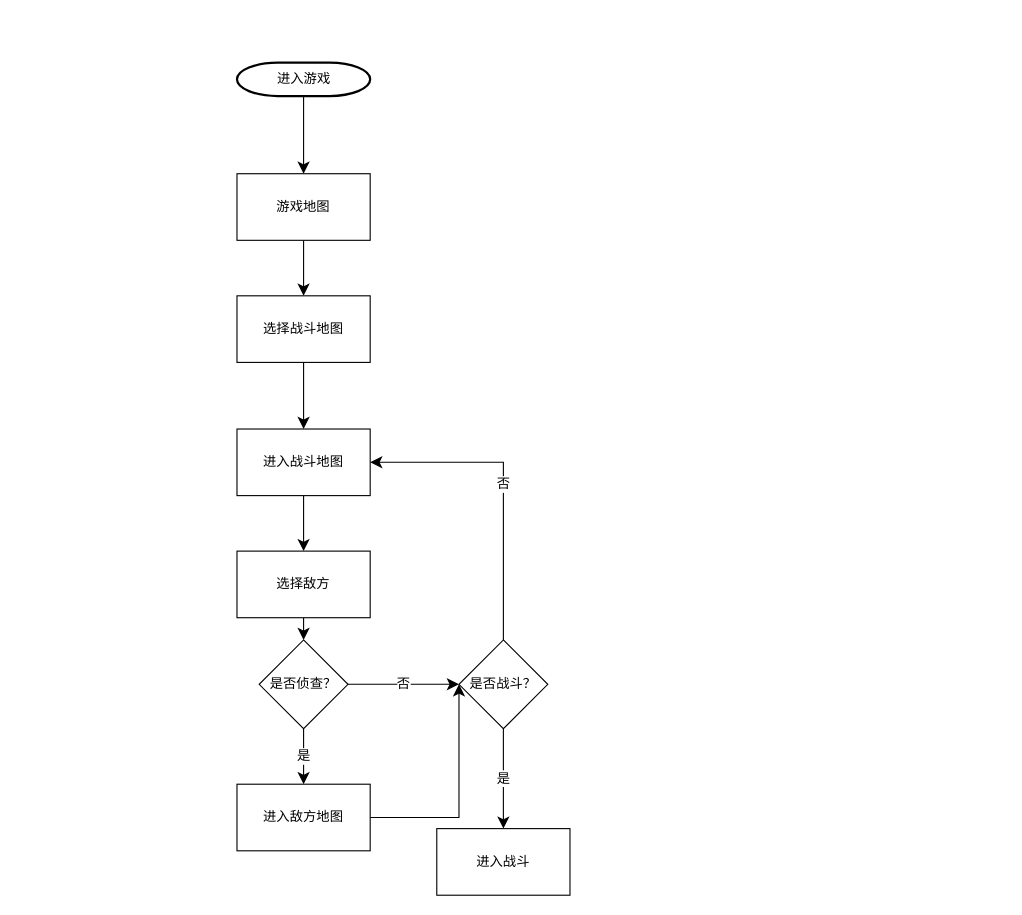
This is 流程图.drawio from MY-EDOG/MyRepository, a draw.io file, before an edit. Source tidied: cells renumbered, new cells numbered last; positions are measured from the earlier drawing's top-left corner, leaving out a move shared by most shapes. Both pictures are drawn from the tidied source at 111%, with x=0, y=0 at pixel (236, 62).
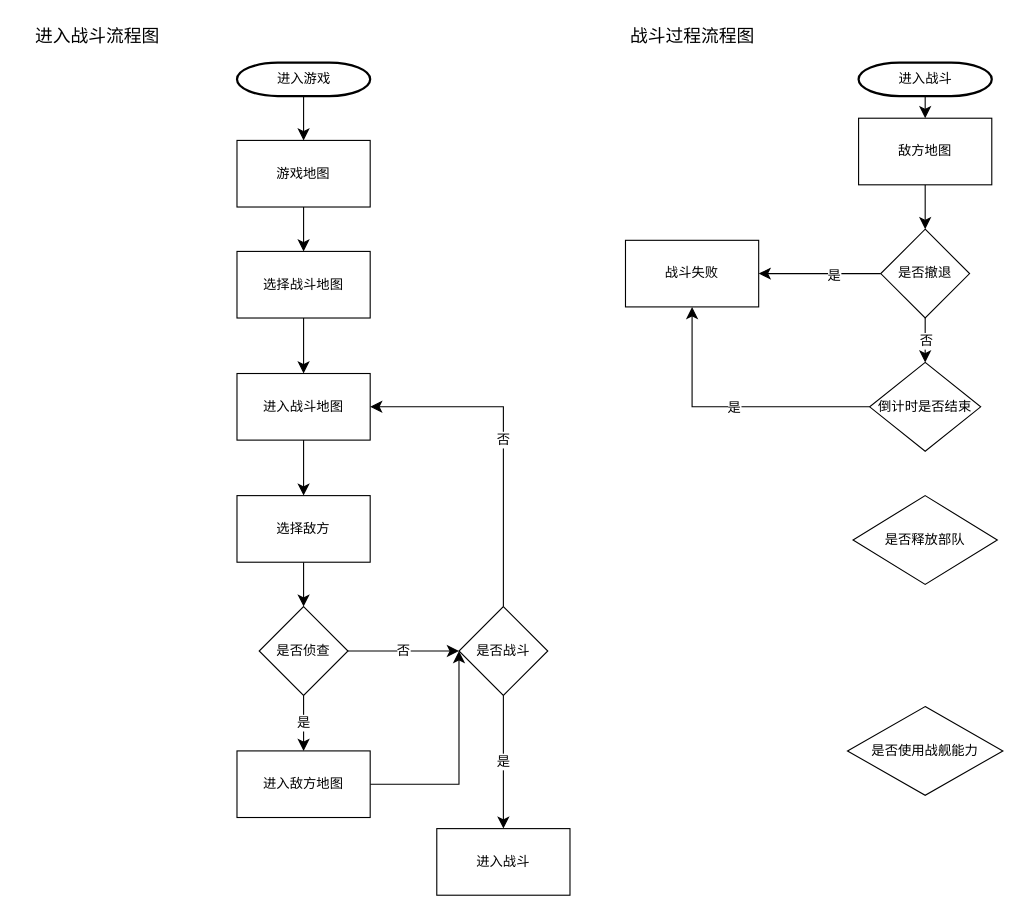
After the change.

Commit message:
更新流程图.drawio

Change to the diagram source:
```diff
@@
     <mxCell id="4" value="游戏地图" style="whiteSpace=wrap;html=1;" parent="1" vertex="1">
-      <mxGeometry y="100" width="120" height="60" as="geometry" />
+      <mxGeometry y="70" width="120" height="60" as="geometry" />
     </mxCell>
@@
     <mxCell id="6" value="选择战斗地图" style="whiteSpace=wrap;html=1;" parent="1" vertex="1">
-      <mxGeometry y="210" width="120" height="60" as="geometry" />
+      <mxGeometry y="170" width="120" height="60" as="geometry" />
     </mxCell>
@@
     <mxCell id="8" value="进入战斗地图" style="whiteSpace=wrap;html=1;" parent="1" vertex="1">
-      <mxGeometry y="330" width="120" height="60" as="geometry" />
+      <mxGeometry y="280" width="120" height="60" as="geometry" />
     </mxCell>
@@
     <mxCell id="11" value="选择敌方" style="whiteSpace=wrap;html=1;" parent="1" vertex="1">
-      <mxGeometry y="440" width="120" height="60" as="geometry" />
+      <mxGeometry y="390" width="120" height="60" as="geometry" />
     </mxCell>
@@
-    <mxCell id="14" value="是否侦查？" style="rhombus;whiteSpace=wrap;html=1;" parent="1" vertex="1">
-      <mxGeometry x="20" y="520" width="80" height="80" as="geometry" />
+    <mxCell id="14" value="是否侦查" style="rhombus;whiteSpace=wrap;html=1;" parent="1" vertex="1">
+      <mxGeometry x="20" y="490" width="80" height="80" as="geometry" />
     </mxCell>
     <mxCell id="15" value="否" style="edgeStyle=orthogonalEdgeStyle;rounded=0;jettySize=auto;html=1;fontSize=12;startSize=8;endSize=8;entryX=1;entryY=0.5;entryDx=0;entryDy=0;exitX=0.5;exitY=0;exitDx=0;exitDy=0;" parent="1" edge="1" source="17" target="8">
       <mxGeometry relative="1" as="geometry">
         <Array as="points">
-          <mxPoint x="240" y="360" />
+          <mxPoint x="240" y="310" />
         </Array>
       </mxGeometry>
     </mxCell>
@@
-    <mxCell id="17" value="是否战斗？" style="rhombus;whiteSpace=wrap;html=1;" parent="1" vertex="1">
-      <mxGeometry x="200" y="520" width="80" height="80" as="geometry" />
+    <mxCell id="17" value="是否战斗" style="rhombus;whiteSpace=wrap;html=1;" parent="1" vertex="1">
+      <mxGeometry x="200" y="490" width="80" height="80" as="geometry" />
     </mxCell>
@@
     <mxCell id="19" style="edgeStyle=orthogonalEdgeStyle;rounded=0;jettySize=auto;html=1;entryX=0;entryY=0.5;entryDx=0;entryDy=0;fontSize=12;startSize=8;endSize=8;exitX=1;exitY=0.5;exitDx=0;exitDy=0;" parent="1" edge="1" source="20" target="17">
       <mxGeometry relative="1" as="geometry">
         <Array as="points">
-          <mxPoint x="200" y="680" />
+          <mxPoint x="200" y="650" />
         </Array>
       </mxGeometry>
     </mxCell>
     <mxCell id="20" value="进入敌方地图" style="whiteSpace=wrap;html=1;" parent="1" vertex="1">
-      <mxGeometry y="650" width="120" height="60" as="geometry" />
+      <mxGeometry y="620" width="120" height="60" as="geometry" />
     </mxCell>
+    <mxCell id="21" value="进入战斗流程图" style="text;html=1;align=center;verticalAlign=middle;strokeColor=none;fillColor=none;fontSize=16;" parent="1" vertex="1">
+      <mxGeometry x="-196" y="-39" width="140" height="30" as="geometry" />
+    </mxCell>
+    <mxCell id="22" value="战斗过程流程图" style="text;html=1;align=center;verticalAlign=middle;strokeColor=none;fillColor=none;fontSize=16;" parent="1" vertex="1">
+      <mxGeometry x="340" y="-39" width="140" height="30" as="geometry" />
+    </mxCell>
+    <mxCell id="23" style="edgeStyle=none;curved=1;rounded=0;jettySize=auto;html=1;entryX=0.5;entryY=0;entryDx=0;entryDy=0;fontSize=12;startSize=8;endSize=8;" parent="1" edge="1" source="24" target="26">
+      <mxGeometry relative="1" as="geometry" />
+    </mxCell>
+    <mxCell id="24" value="进入战斗" style="shape=mxgraph.flowchart.terminator;strokeWidth=2;gradientColor=none;gradientDirection=north;fontStyle=0;html=1;" parent="1" vertex="1">
+      <mxGeometry x="560" width="120" height="30" as="geometry" />
+    </mxCell>
+    <mxCell id="25" style="edgeStyle=none;curved=1;rounded=0;jettySize=auto;html=1;entryX=0.5;entryY=0;entryDx=0;entryDy=0;fontSize=12;startSize=8;endSize=8;" parent="1" edge="1" source="26" target="37">
+      <mxGeometry relative="1" as="geometry" />
+    </mxCell>
+    <mxCell id="26" value="敌方地图" style="whiteSpace=wrap;html=1;" parent="1" vertex="1">
+      <mxGeometry x="560" y="50" width="120" height="60" as="geometry" />
+    </mxCell>
+    <mxCell id="27" value="是否释放部队" style="rhombus;whiteSpace=wrap;html=1;" parent="1" vertex="1">
+      <mxGeometry x="555" y="390" width="130" height="80" as="geometry" />
+    </mxCell>
+    <mxCell id="28" value="是否使用战舰能力" style="rhombus;whiteSpace=wrap;html=1;" parent="1" vertex="1">
+      <mxGeometry x="550" y="580" width="140" height="80" as="geometry" />
+    </mxCell>
+    <mxCell id="29" style="edgeStyle=orthogonalEdgeStyle;rounded=0;jettySize=auto;html=1;entryX=0.5;entryY=1;entryDx=0;entryDy=0;fontSize=12;startSize=8;endSize=8;" parent="1" edge="1" source="31" target="32">
+      <mxGeometry relative="1" as="geometry" />
+    </mxCell>
+    <mxCell id="30" value="是" style="edgeLabel;html=1;align=center;verticalAlign=middle;fontSize=12;" parent="29" vertex="1">
+      <mxGeometry x="-0.02" y="4" relative="1" as="geometry">
+        <mxPoint y="-4" as="offset" />
+      </mxGeometry>
+    </mxCell>
+    <mxCell id="31" value="倒计时是否结束" style="rhombus;whiteSpace=wrap;html=1;" parent="1" vertex="1">
+      <mxGeometry x="570" y="270" width="100" height="80" as="geometry" />
+    </mxCell>
+    <mxCell id="32" value="战斗失败" style="whiteSpace=wrap;html=1;" parent="1" vertex="1">
+      <mxGeometry x="350" y="160" width="120" height="60" as="geometry" />
+    </mxCell>
+    <mxCell id="33" style="edgeStyle=none;curved=1;rounded=0;jettySize=auto;html=1;entryX=1;entryY=0.5;entryDx=0;entryDy=0;fontSize=12;startSize=8;endSize=8;" parent="1" edge="1" source="37" target="32">
+      <mxGeometry relative="1" as="geometry" />
+    </mxCell>
+    <mxCell id="34" value="是" style="edgeLabel;html=1;align=center;verticalAlign=middle;fontSize=12;" parent="33" vertex="1">
+      <mxGeometry x="-0.21" y="1" relative="1" as="geometry" />
+    </mxCell>
+    <mxCell id="35" style="edgeStyle=none;curved=1;rounded=0;jettySize=auto;html=1;fontSize=12;startSize=8;endSize=8;" parent="1" edge="1" source="37" target="31">
+      <mxGeometry relative="1" as="geometry" />
+    </mxCell>
+    <mxCell id="36" value="否" style="edgeLabel;html=1;align=center;verticalAlign=middle;fontSize=12;" parent="35" vertex="1">
+      <mxGeometry x="-0.21" y="2" relative="1" as="geometry">
+        <mxPoint x="-2" y="4" as="offset" />
+      </mxGeometry>
+    </mxCell>
+    <mxCell id="37" value="是否撤退" style="rhombus;whiteSpace=wrap;html=1;" parent="1" vertex="1">
+      <mxGeometry x="580" y="150" width="80" height="80" as="geometry" />
+    </mxCell>
```
